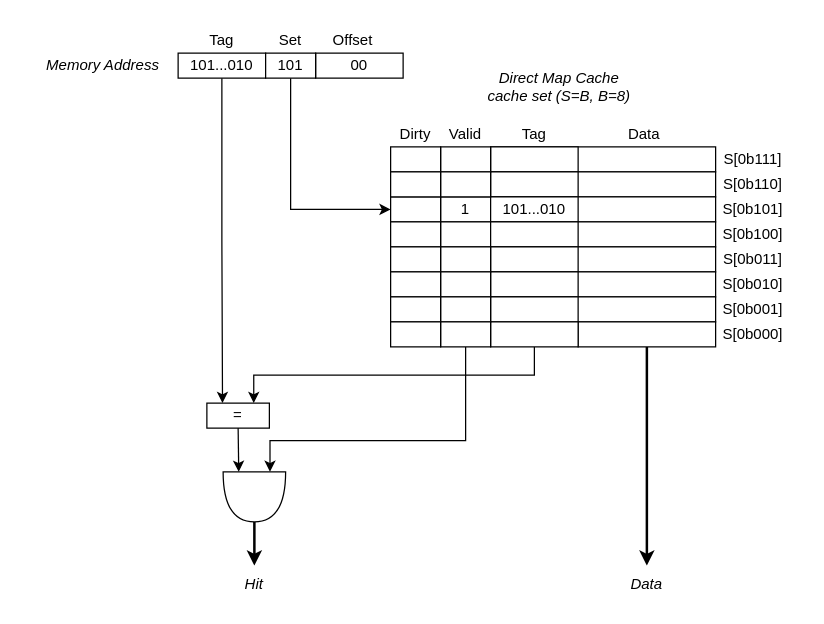
1Miguel/cortex-a53-study keeps this draw.io diagram as page "direct_map_cache_compare" (4 of 8) of docs/images/cortex_a_diagrams.drawio. Above is the earlier version. Source tidied: cells renumbered, new cells numbered last; positions are measured from the earlier drawing's top-left corner, leaving out a move shared by most shapes. Both pictures are drawn from the tidied source at 125%, with x=0, y=0 at pixel (21, 21).
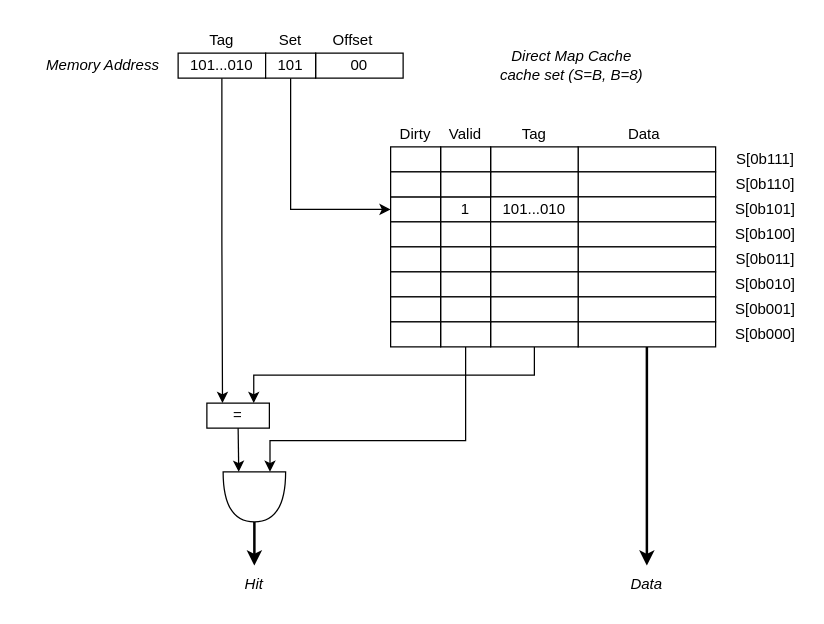
Above is the later version.

Change to the diagram source:
```diff
@@
-    <mxCell id="6" value="&lt;i&gt;cache set (S=B, B=8)&lt;/i&gt;" style="text;html=1;whiteSpace=wrap;strokeColor=none;fillColor=none;align=center;verticalAlign=middle;rounded=0;" parent="1" vertex="1">
-      <mxGeometry x="365" y="45" width="130" height="30" as="geometry" />
-    </mxCell>
     <mxCell id="7" style="rounded=0;whiteSpace=wrap;html=1;" parent="1" vertex="1">
-      <mxGeometry x="375" y="100" width="180" height="20" as="geometry" />
+      <mxGeometry x="445" y="100" width="110" height="20" as="geometry" />
     </mxCell>
     <mxCell id="8" value="S[0b000]" style="rounded=0;whiteSpace=wrap;html=1;fillColor=none;strokeColor=none;" parent="1" vertex="1">
-      <mxGeometry x="555" y="240" width="60" height="20" as="geometry" />
+      <mxGeometry x="565" y="240" width="60" height="20" as="geometry" />
     </mxCell>
     <mxCell id="9" value="S[0b001]" style="rounded=0;whiteSpace=wrap;html=1;fillColor=none;strokeColor=none;" parent="1" vertex="1">
-      <mxGeometry x="555" y="220" width="60" height="20" as="geometry" />
+      <mxGeometry x="565" y="220" width="60" height="20" as="geometry" />
     </mxCell>
     <mxCell id="10" value="S[0b010]" style="rounded=0;whiteSpace=wrap;html=1;fillColor=none;strokeColor=none;" parent="1" vertex="1">
-      <mxGeometry x="555" y="200" width="60" height="20" as="geometry" />
+      <mxGeometry x="565" y="200" width="60" height="20" as="geometry" />
     </mxCell>
     <mxCell id="11" value="S[0b011]" style="rounded=0;whiteSpace=wrap;html=1;fillColor=none;strokeColor=none;" parent="1" vertex="1">
-      <mxGeometry x="555" y="180" width="60" height="20" as="geometry" />
+      <mxGeometry x="565" y="180" width="60" height="20" as="geometry" />
     </mxCell>
     <mxCell id="12" value="S[0b100]" style="rounded=0;whiteSpace=wrap;html=1;fillColor=none;strokeColor=none;" parent="1" vertex="1">
-      <mxGeometry x="555" y="160" width="60" height="20" as="geometry" />
+      <mxGeometry x="565" y="160" width="60" height="20" as="geometry" />
     </mxCell>
     <mxCell id="13" value="S[0b101]" style="rounded=0;whiteSpace=wrap;html=1;fillColor=none;strokeColor=none;" parent="1" vertex="1">
-      <mxGeometry x="555" y="140" width="60" height="20" as="geometry" />
+      <mxGeometry x="565" y="140" width="60" height="20" as="geometry" />
     </mxCell>
     <mxCell id="14" value="S[0b110]" style="rounded=0;whiteSpace=wrap;html=1;fillColor=none;strokeColor=none;" parent="1" vertex="1">
-      <mxGeometry x="555" y="120" width="60" height="20" as="geometry" />
+      <mxGeometry x="565" y="120" width="60" height="20" as="geometry" />
     </mxCell>
     <mxCell id="15" value="S[0b111]" style="rounded=0;whiteSpace=wrap;html=1;fillColor=none;strokeColor=none;" parent="1" vertex="1">
-      <mxGeometry x="555" y="100" width="60" height="20" as="geometry" />
+      <mxGeometry x="565" y="100" width="60" height="20" as="geometry" />
     </mxCell>
@@
-    <mxCell id="19" value="Direct Map Cache" style="text;html=1;whiteSpace=wrap;strokeColor=none;fillColor=none;align=center;verticalAlign=middle;rounded=0;fontStyle=2;" parent="1" vertex="1">
-      <mxGeometry x="365" y="30" width="130" height="30" as="geometry" />
+    <mxCell id="19" value="Direct Map Cache&lt;div&gt;&lt;i&gt;cache set (S=B, B=8)&lt;/i&gt;&lt;/div&gt;" style="text;html=1;whiteSpace=wrap;strokeColor=none;fillColor=none;align=center;verticalAlign=middle;rounded=0;fontStyle=2;" parent="1" vertex="1">
+      <mxGeometry x="375" y="20" width="130" height="30" as="geometry" />
     </mxCell>
     <mxCell id="20" style="rounded=0;whiteSpace=wrap;html=1;" parent="1" vertex="1">
-      <mxGeometry x="375" y="120" width="180" height="20" as="geometry" />
+      <mxGeometry x="445" y="120" width="110" height="20" as="geometry" />
     </mxCell>
@@
     <mxCell id="22" style="rounded=0;whiteSpace=wrap;html=1;" parent="1" vertex="1">
-      <mxGeometry x="375" y="140" width="180" height="20" as="geometry" />
+      <mxGeometry x="445" y="140" width="110" height="20" as="geometry" />
     </mxCell>
@@
     <mxCell id="24" style="rounded=0;whiteSpace=wrap;html=1;" parent="1" vertex="1">
-      <mxGeometry x="375" y="160" width="180" height="20" as="geometry" />
+      <mxGeometry x="445" y="160" width="110" height="20" as="geometry" />
     </mxCell>
@@
     <mxCell id="26" style="rounded=0;whiteSpace=wrap;html=1;" parent="1" vertex="1">
-      <mxGeometry x="375" y="180" width="180" height="20" as="geometry" />
+      <mxGeometry x="445" y="180" width="110" height="20" as="geometry" />
     </mxCell>
@@
     <mxCell id="28" style="rounded=0;whiteSpace=wrap;html=1;" parent="1" vertex="1">
-      <mxGeometry x="375" y="200" width="180" height="20" as="geometry" />
+      <mxGeometry x="445" y="200" width="110" height="20" as="geometry" />
     </mxCell>
@@
     <mxCell id="30" style="rounded=0;whiteSpace=wrap;html=1;" parent="1" vertex="1">
-      <mxGeometry x="375" y="220" width="180" height="20" as="geometry" />
+      <mxGeometry x="445" y="220" width="110" height="20" as="geometry" />
     </mxCell>
```
